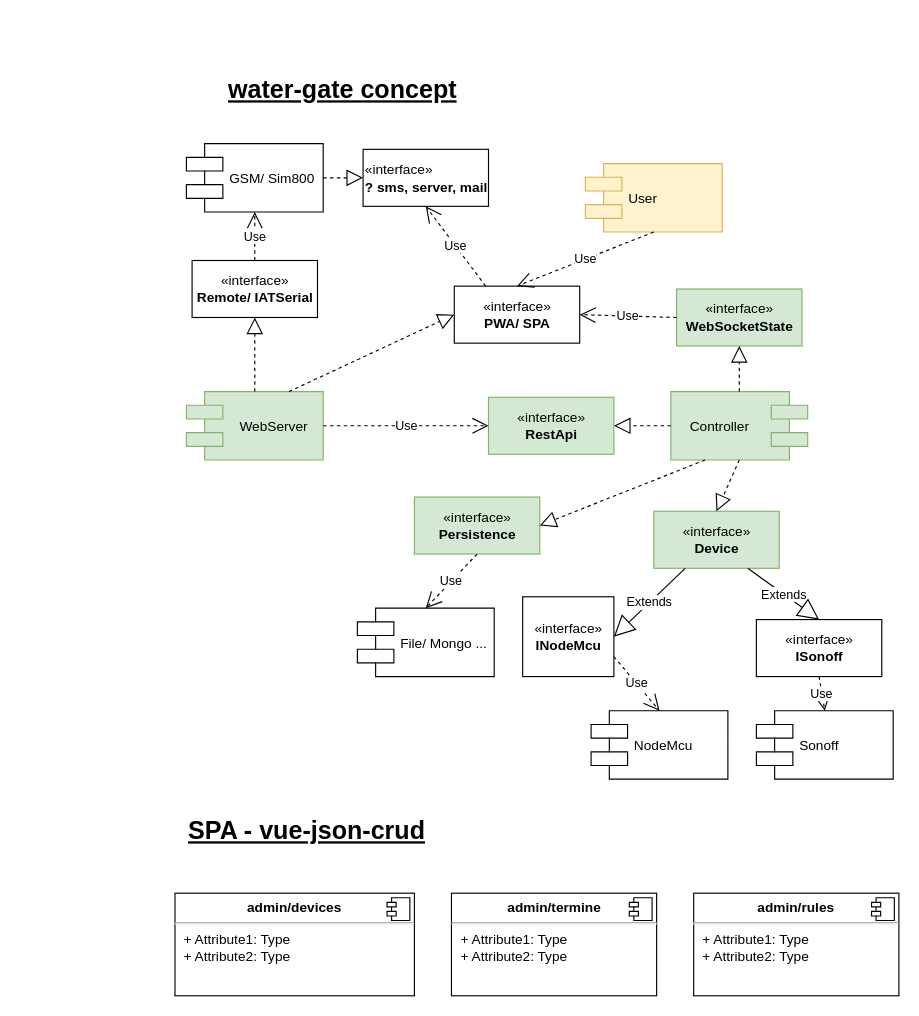
Estradiaz/water-gate keeps this draw.io diagram as concept.drawIo. Above is the earlier version. Source tidied: cells renumbered, new cells numbered last; positions are measured from the earlier drawing's top-left corner, leaving out a move shared by most shapes. Both pictures are drawn from the tidied source at 114%, with x=0, y=0 at pixel (174, 72).
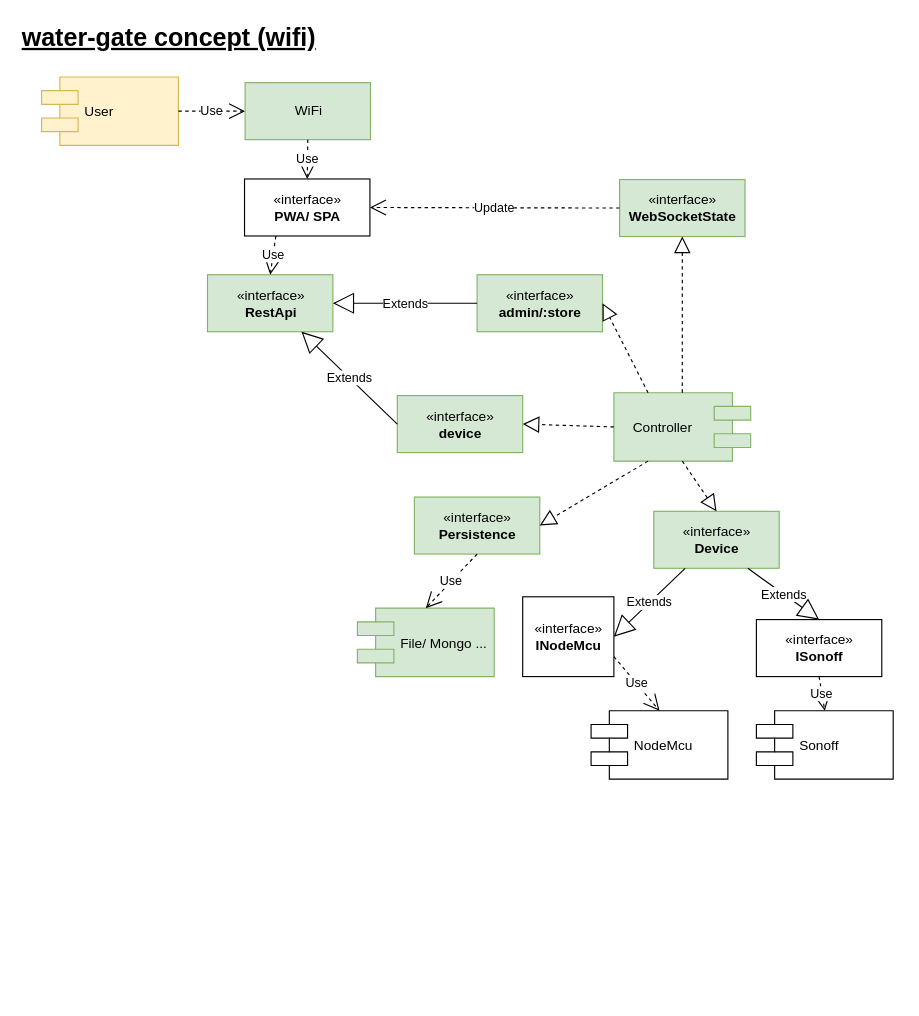
The same diagram, later.

Commit message:
Concept: review

Diff of the diagram source:
```diff
@@
-    <mxCell id="2" value="GSM/ Sim800" style="shape=component;align=left;spacingLeft=36;" parent="1" vertex="1">
-      <mxGeometry x="10" y="62.5" width="120" height="60" as="geometry" />
-    </mxCell>
     <mxCell id="3" value="Controller" style="shape=component;align=left;spacingLeft=15;direction=west;fillColor=#d5e8d4;strokeColor=#82b366;" parent="1" vertex="1">
-      <mxGeometry x="435" y="280" width="120" height="60" as="geometry" />
+      <mxGeometry x="385" y="281" width="120" height="60" as="geometry" />
     </mxCell>
@@
-    <mxCell id="6" value="«interface»&lt;br&gt;&lt;b&gt;Remote/ IATSerial&lt;/b&gt;&lt;br&gt;" style="html=1;" parent="1" vertex="1">
-      <mxGeometry x="15" y="165" width="110" height="50" as="geometry" />
-    </mxCell>
@@
-    <mxCell id="8" value="«interface»&lt;br&gt;&lt;b&gt;RestApi&lt;/b&gt;" style="html=1;fillColor=#d5e8d4;strokeColor=#82b366;" parent="1" vertex="1">
-      <mxGeometry x="275" y="285" width="110" height="50" as="geometry" />
-    </mxCell>
-    <mxCell id="9" value="WebServer" style="shape=component;align=left;spacingLeft=45;direction=east;fillColor=#d5e8d4;strokeColor=#82b366;" parent="1" vertex="1">
-      <mxGeometry x="10" y="280" width="120" height="60" as="geometry" />
-    </mxCell>
     <mxCell id="10" value="«interface»&lt;br&gt;&lt;b&gt;PWA/ SPA&lt;/b&gt;" style="html=1;" parent="1" vertex="1">
-      <mxGeometry x="245" y="187.5" width="110" height="50" as="geometry" />
+      <mxGeometry x="61" y="93.5" width="110" height="50" as="geometry" />
     </mxCell>
     <mxCell id="11" value="User" style="shape=component;align=left;spacingLeft=36;fillColor=#fff2cc;strokeColor=#d6b656;" parent="1" vertex="1">
-      <mxGeometry x="360" y="80" width="120" height="60" as="geometry" />
+      <mxGeometry x="-117" y="4" width="120" height="60" as="geometry" />
     </mxCell>
     <mxCell id="12" value="«interface»&lt;br&gt;&lt;b&gt;WebSocketState&lt;/b&gt;&lt;br&gt;" style="html=1;fillColor=#d5e8d4;strokeColor=#82b366;" parent="1" vertex="1">
-      <mxGeometry x="440" y="190" width="110" height="50" as="geometry" />
+      <mxGeometry x="390" y="94" width="110" height="50" as="geometry" />
     </mxCell>
@@
-    <mxCell id="14" value="File/ Mongo ..." style="shape=component;align=left;spacingLeft=36;" parent="1" vertex="1">
+    <mxCell id="14" value="File/ Mongo ..." style="shape=component;align=left;spacingLeft=36;fillColor=#d5e8d4;strokeColor=#82b366;" parent="1" vertex="1">
       <mxGeometry x="160" y="470" width="120" height="60" as="geometry" />
     </mxCell>
@@
-    <mxCell id="16" style="endArrow=block;dashed=1;endFill=0;endSize=12;html=1;exitX=0.5;exitY=0;exitDx=0;exitDy=0;entryX=0.5;entryY=1;entryDx=0;entryDy=0;" parent="1" edge="1" source="9" target="6">
-      <mxGeometry relative="1" as="geometry" />
-    </mxCell>
@@
-    <mxCell id="19" value="Use" style="endArrow=open;endSize=12;dashed=1;html=1;exitX=0.5;exitY=0;exitDx=0;exitDy=0;entryX=0.5;entryY=1;entryDx=0;entryDy=0;" parent="1" edge="1" source="6" target="2">
-      <mxGeometry relative="1" as="geometry" />
-    </mxCell>
-    <mxCell id="20" style="endArrow=block;dashed=1;endFill=0;endSize=12;html=1;exitX=1;exitY=0.5;exitDx=0;exitDy=0;entryX=1;entryY=0.5;entryDx=0;entryDy=0;" parent="1" edge="1" source="3" target="8">
+    <mxCell id="20" style="endArrow=block;dashed=1;endFill=0;endSize=12;html=1;exitX=1;exitY=0.5;exitDx=0;exitDy=0;entryX=1;entryY=0.5;entryDx=0;entryDy=0;" parent="1" edge="1" source="3" target="44">
       <mxGeometry relative="1" as="geometry" />
     </mxCell>
-    <mxCell id="21" value="Use" style="endArrow=open;endSize=12;dashed=1;html=1;exitX=1;exitY=0.5;exitDx=0;exitDy=0;entryX=0;entryY=0.5;entryDx=0;entryDy=0;" parent="1" edge="1" source="9" target="8">
-      <mxGeometry relative="1" as="geometry" />
-    </mxCell>
@@
-    <mxCell id="24" value="Use" style="endArrow=open;endSize=12;dashed=1;html=1;exitX=0.5;exitY=1;exitDx=0;exitDy=0;entryX=0.5;entryY=0;entryDx=0;entryDy=0;" parent="1" edge="1" source="11" target="10">
+    <mxCell id="24" value="Use" style="endArrow=open;endSize=12;dashed=1;html=1;exitX=1;exitY=0.5;exitDx=0;exitDy=0;entryX=0;entryY=0.5;entryDx=0;entryDy=0;" parent="1" edge="1" source="11" target="48">
       <mxGeometry relative="1" as="geometry" />
     </mxCell>
@@
-    <mxCell id="26" value="Use" style="endArrow=open;endSize=12;dashed=1;html=1;exitX=0;exitY=0.5;exitDx=0;exitDy=0;entryX=1;entryY=0.5;entryDx=0;entryDy=0;" parent="1" edge="1" source="12" target="10">
+    <mxCell id="26" value="Update" style="endArrow=open;endSize=12;dashed=1;html=1;exitX=0;exitY=0.5;exitDx=0;exitDy=0;entryX=1;entryY=0.5;entryDx=0;entryDy=0;" parent="1" edge="1" source="12" target="10">
       <mxGeometry relative="1" as="geometry" />
     </mxCell>
-    <mxCell id="27" value="«interface»&lt;br&gt;&lt;b&gt;? sms, server, mail&lt;/b&gt;" style="html=1;align=left;" parent="1" vertex="1">
-      <mxGeometry x="165" y="67.5" width="110" height="50" as="geometry" />
-    </mxCell>
-    <mxCell id="28" style="endArrow=block;dashed=1;endFill=0;endSize=12;html=1;exitX=1;exitY=0.5;exitDx=0;exitDy=0;entryX=0;entryY=0.5;entryDx=0;entryDy=0;" parent="1" edge="1" source="2" target="27">
-      <mxGeometry relative="1" as="geometry" />
-    </mxCell>
-    <mxCell id="29" value="Use" style="endArrow=open;endSize=12;dashed=1;html=1;exitX=0.25;exitY=0;exitDx=0;exitDy=0;entryX=0.5;entryY=1;entryDx=0;entryDy=0;" parent="1" edge="1" source="10" target="27">
-      <mxGeometry relative="1" as="geometry" />
-    </mxCell>
-    <mxCell id="30" value="&lt;font style=&quot;font-size: 22px&quot;&gt;&lt;b&gt;&lt;u&gt;water-gate concept&lt;/u&gt;&lt;/b&gt;&lt;/font&gt;" style="text;html=1;align=left;verticalAlign=top;spacingTop=-4;" parent="1" vertex="1">
-      <mxGeometry x="45" width="220" height="20" as="geometry" />
+    <mxCell id="30" value="&lt;font style=&quot;font-size: 22px&quot;&gt;&lt;b&gt;&lt;u&gt;water-gate concept (wifi)&lt;/u&gt;&lt;/b&gt;&lt;/font&gt;" style="text;html=1;align=left;verticalAlign=top;spacingTop=-4;" parent="1" vertex="1">
+      <mxGeometry x="-136.5" y="-46" width="270" height="20" as="geometry" />
     </mxCell>
@@
-    <mxCell id="35" style="endArrow=block;dashed=1;endFill=0;endSize=12;html=1;exitX=0.75;exitY=0;exitDx=0;exitDy=0;entryX=0;entryY=0.5;entryDx=0;entryDy=0;" parent="1" edge="1" source="9" target="10">
-      <mxGeometry relative="1" as="geometry" />
-    </mxCell>
-    <mxCell id="36" value="&lt;b&gt;&lt;font size=&quot;1&quot;&gt;&lt;u style=&quot;font-size: 22px&quot;&gt;SPA - vue-json-crud&lt;/u&gt;&lt;/font&gt;&lt;/b&gt;" style="text;html=1;align=left;verticalAlign=top;spacingTop=-4;" parent="1" vertex="1">
-      <mxGeometry x="10" y="650" width="220" height="20" as="geometry" />
-    </mxCell>
-    <mxCell id="37" value="&lt;p style=&quot;margin: 0px ; margin-top: 6px ; text-align: center&quot;&gt;&lt;b&gt;admin/devices&lt;/b&gt;&lt;/p&gt;&lt;hr&gt;&lt;p style=&quot;margin: 0px ; margin-left: 8px&quot;&gt;+ Attribute1: Type&lt;br&gt;+ Attribute2: Type&lt;/p&gt;" style="align=left;overflow=fill;html=1;" parent="1" vertex="1">
-      <mxGeometry y="720" width="210" height="90" as="geometry" />
-    </mxCell>
-    <mxCell id="38" style="shape=component;jettyWidth=8;jettyHeight=4;" parent="37" vertex="1">
-      <mxGeometry x="1" width="20" height="20" relative="1" as="geometry">
-        <mxPoint x="-24" y="4" as="offset" />
-      </mxGeometry>
-    </mxCell>
-    <mxCell id="39" value="&lt;p style=&quot;margin: 0px ; margin-top: 6px ; text-align: center&quot;&gt;&lt;b&gt;admin/rules&lt;/b&gt;&lt;/p&gt;&lt;hr&gt;&lt;p style=&quot;margin: 0px ; margin-left: 8px&quot;&gt;+ Attribute1: Type&lt;br&gt;+ Attribute2: Type&lt;/p&gt;" style="align=left;overflow=fill;html=1;" parent="1" vertex="1">
-      <mxGeometry x="455" y="720" width="180" height="90" as="geometry" />
-    </mxCell>
-    <mxCell id="40" style="shape=component;jettyWidth=8;jettyHeight=4;" parent="39" vertex="1">
-      <mxGeometry x="1" width="20" height="20" relative="1" as="geometry">
-        <mxPoint x="-24" y="4" as="offset" />
-      </mxGeometry>
-    </mxCell>
-    <mxCell id="41" value="&lt;p style=&quot;margin: 0px ; margin-top: 6px ; text-align: center&quot;&gt;&lt;b&gt;admin/termine&lt;/b&gt;&lt;/p&gt;&lt;hr&gt;&lt;p style=&quot;margin: 0px ; margin-left: 8px&quot;&gt;+ Attribute1: Type&lt;br&gt;+ Attribute2: Type&lt;/p&gt;" style="align=left;overflow=fill;html=1;" parent="1" vertex="1">
-      <mxGeometry x="242.5" y="720" width="180" height="90" as="geometry" />
-    </mxCell>
-    <mxCell id="42" style="shape=component;jettyWidth=8;jettyHeight=4;" parent="41" vertex="1">
-      <mxGeometry x="1" width="20" height="20" relative="1" as="geometry">
-        <mxPoint x="-24" y="4" as="offset" />
-      </mxGeometry>
-    </mxCell>
+    <mxCell id="8" value="«interface»&lt;br&gt;&lt;b&gt;RestApi&lt;/b&gt;" style="html=1;fillColor=#d5e8d4;strokeColor=#82b366;" parent="1" vertex="1">
+      <mxGeometry x="28.5" y="177.5" width="110" height="50" as="geometry" />
+    </mxCell>
+    <mxCell id="43" value="«interface»&lt;br&gt;&lt;b&gt;admin/:store&lt;/b&gt;" style="html=1;fillColor=#d5e8d4;strokeColor=#82b366;" parent="1" vertex="1">
+      <mxGeometry x="265" y="177.5" width="110" height="50" as="geometry" />
+    </mxCell>
+    <mxCell id="44" value="«interface»&lt;br&gt;&lt;b&gt;device&lt;/b&gt;" style="html=1;fillColor=#d5e8d4;strokeColor=#82b366;" parent="1" vertex="1">
+      <mxGeometry x="195" y="283.5" width="110" height="50" as="geometry" />
+    </mxCell>
+    <mxCell id="45" value="Extends" style="endArrow=block;endSize=16;endFill=0;html=1;entryX=0.75;entryY=1;entryDx=0;entryDy=0;exitX=0;exitY=0.5;exitDx=0;exitDy=0;" parent="1" edge="1" source="44" target="8">
+      <mxGeometry relative="1" as="geometry" />
+    </mxCell>
+    <mxCell id="46" value="Extends" style="endArrow=block;endSize=16;endFill=0;html=1;entryX=1;entryY=0.5;entryDx=0;entryDy=0;exitX=0;exitY=0.5;exitDx=0;exitDy=0;" parent="1" edge="1" source="43" target="8">
+      <mxGeometry relative="1" as="geometry" />
+    </mxCell>
+    <mxCell id="47" style="endArrow=block;dashed=1;endFill=0;endSize=12;html=1;exitX=0.75;exitY=1;exitDx=0;exitDy=0;entryX=1;entryY=0.5;entryDx=0;entryDy=0;" parent="1" edge="1" source="3" target="43">
+      <mxGeometry relative="1" as="geometry" />
+    </mxCell>
+    <mxCell id="48" value="WiFi" style="html=1;fillColor=#d5e8d4;strokeColor=#82b366;" parent="1" vertex="1">
+      <mxGeometry x="61.5" y="9" width="110" height="50" as="geometry" />
+    </mxCell>
+    <mxCell id="49" value="Use" style="endArrow=open;endSize=12;dashed=1;html=1;entryX=0.5;entryY=0;entryDx=0;entryDy=0;exitX=0.5;exitY=1;exitDx=0;exitDy=0;" parent="1" edge="1" source="48" target="10">
+      <mxGeometry relative="1" as="geometry" />
+    </mxCell>
+    <mxCell id="50" value="Use" style="endArrow=open;endSize=12;dashed=1;html=1;entryX=0.5;entryY=0;entryDx=0;entryDy=0;exitX=0.25;exitY=1;exitDx=0;exitDy=0;" parent="1" edge="1" source="10" target="8">
+      <mxGeometry relative="1" as="geometry" />
+    </mxCell>
```
